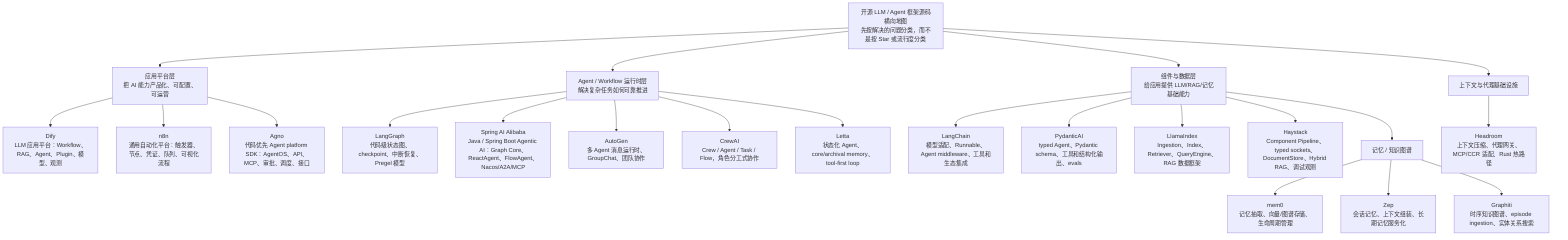
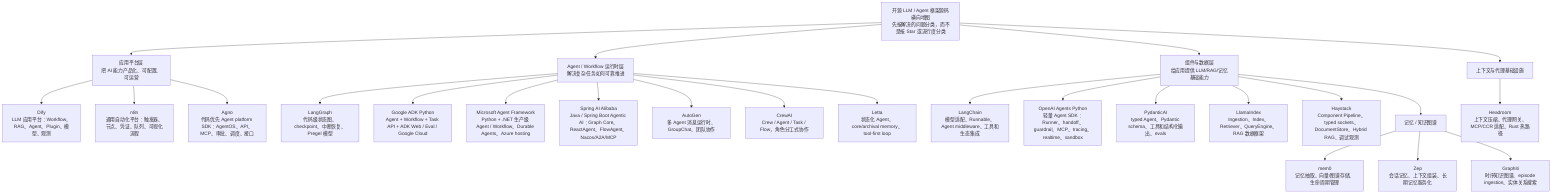
flowchart TB
    Goal["开源 LLM / Agent 框架源码横向地图<br/>先按解决的问题分类，而不是按 Star 或流行度分类"]
    Goal --> App["应用平台层<br/>把 AI 能力产品化、可配置、可运营"]
    App --> Dify["Dify<br/>LLM 应用平台：Workflow、RAG、Agent、Plugin、模型、观测"]
    App --> N8N["n8n<br/>通用自动化平台：触发器、节点、凭证、队列、可视化流程"]
    App --> Agno["Agno<br/>代码优先 Agent platform SDK：AgentOS、API、MCP、审批、调度、接口"]
    Goal --> Runtime["Agent / Workflow 运行时层<br/>解决复杂任务如何可靠推进"]
    Runtime --> LangGraph["LangGraph<br/>代码级状态图、checkpoint、中断恢复、Pregel 模型"]
+     Runtime --> GoogleADK["Google ADK Python<br/>Agent + Workflow + Task API + ADK Web / Eval / Google Cloud"]
+     Runtime --> MAF["Microsoft Agent Framework<br/>Python + .NET 生产级 Agent / Workflow、Durable Agents、Azure hosting"]
    Runtime --> SpringAIAlibaba["Spring AI Alibaba<br/>Java / Spring Boot Agentic AI：Graph Core、ReactAgent、FlowAgent、Nacos/A2A/MCP"]
    Runtime --> AutoGen["AutoGen<br/>多 Agent 消息运行时、GroupChat、团队协作"]
    Runtime --> CrewAI["CrewAI<br/>Crew / Agent / Task / Flow，角色分工式协作"]
    Runtime --> Letta["Letta<br/>状态化 Agent、core/archival memory、tool-first loop"]
    Goal --> Component["组件与数据层<br/>给应用提供 LLM/RAG/记忆基础能力"]
    Component --> LangChain["LangChain<br/>模型适配、Runnable、Agent middleware、工具和生态集成"]
+     Component --> OpenAIAgents["OpenAI Agents Python<br/>轻量 Agent SDK：Runner、handoff、guardrail、MCP、tracing、realtime、sandbox"]
    Component --> PydanticAI["PydanticAI<br/>typed Agent、Pydantic schema、工具和结构化输出、evals"]
    Component --> LlamaIndex["LlamaIndex<br/>Ingestion、Index、Retriever、QueryEngine、RAG 数据框架"]
    Component --> Haystack["Haystack<br/>Component Pipeline、typed sockets、DocumentStore、Hybrid RAG、调试观测"]
    Component --> Memory["记忆 / 知识图谱"]
    Memory --> Mem0["mem0<br/>记忆抽取、向量/图谱存储、生命周期管理"]
    Memory --> Zep["Zep<br/>会话记忆、上下文组装、长期记忆服务化"]
    Memory --> Graphiti["Graphiti<br/>时序知识图谱、episode ingestion、实体关系搜索"]
    Goal --> Infra["上下文与代理基础设施"]
    Infra --> Headroom["Headroom<br/>上下文压缩、代理网关、MCP/CCR 适配、Rust 热路径"]
